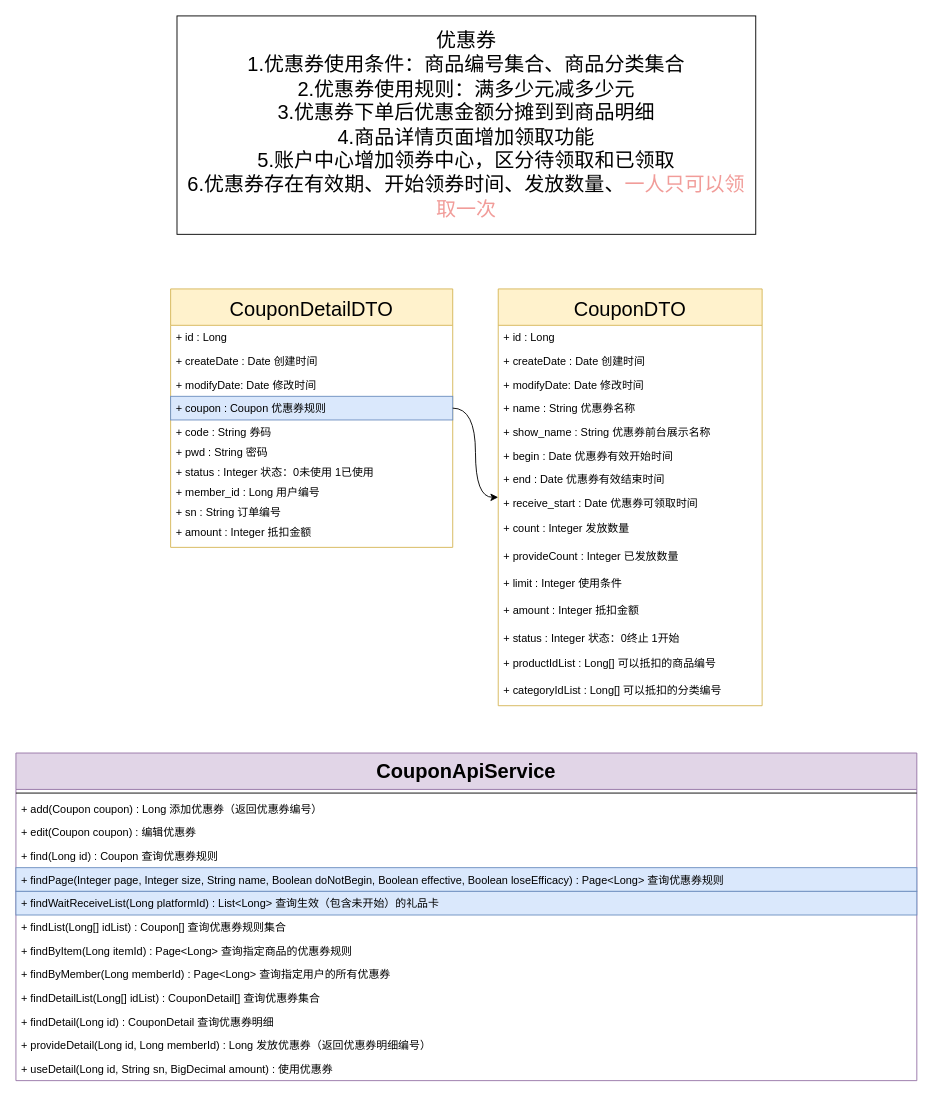
The draw.io diagram 优惠券.drawio in lycwukang/diagrams, before the edit. Source tidied: cells renumbered, new cells numbered last; positions are measured from the earlier drawing's top-left corner, leaving out a move shared by most shapes. Both pictures are drawn from the tidied source at 91%, with x=0, y=0 at pixel (15, 15).
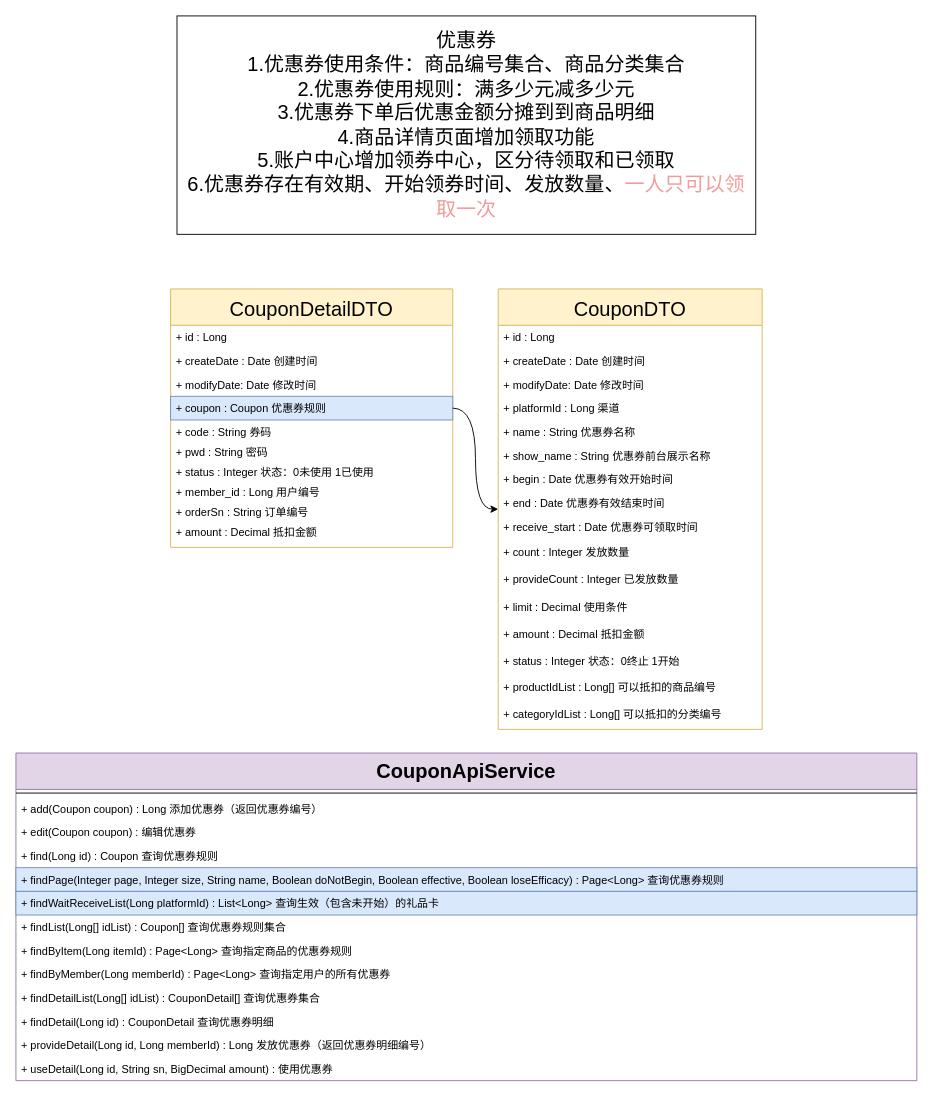
The same page after the edit.

Commit message:
更新优惠券.drawio

Unchanged cells that the change refers to:
```xml
<mxCell id="19" value="CouponDetailDTO" style="swimlane;fontStyle=0;horizontal=1;startSize=40;fillColor=#fff2cc;fontSize=22;strokeColor=#d6b656;" parent="1" vertex="1">
  <mxGeometry x="170" y="300" width="310" height="284" as="geometry" />
</mxCell>
```

What changed in the source:
```diff
@@
     <mxCell id="3" value="CouponDTO" style="swimlane;fontStyle=0;horizontal=1;startSize=40;fillColor=#fff2cc;fontSize=22;strokeColor=#d6b656;" parent="1" vertex="1">
-      <mxGeometry x="530" y="300" width="290" height="458" as="geometry" />
+      <mxGeometry x="530" y="300" width="290" height="484" as="geometry" />
     </mxCell>
@@
+    <mxCell id="45" value="+ platformId : Long 渠道" style="text;strokeColor=none;fillColor=none;align=left;verticalAlign=top;spacingLeft=4;spacingRight=4;overflow=hidden;" parent="3" vertex="1">
+      <mxGeometry y="118" width="290" height="26" as="geometry" />
+    </mxCell>
     <mxCell id="7" value="+ name : String 优惠券名称" style="text;strokeColor=none;fillColor=none;align=left;verticalAlign=top;spacingLeft=4;spacingRight=4;overflow=hidden;" parent="3" vertex="1">
-      <mxGeometry y="118" width="290" height="26" as="geometry" />
+      <mxGeometry y="144" width="290" height="26" as="geometry" />
     </mxCell>
     <mxCell id="8" value="+ show_name : String 优惠券前台展示名称" style="text;strokeColor=none;fillColor=none;align=left;verticalAlign=top;spacingLeft=4;spacingRight=4;overflow=hidden;" parent="3" vertex="1">
-      <mxGeometry y="144" width="290" height="26" as="geometry" />
+      <mxGeometry y="170" width="290" height="26" as="geometry" />
     </mxCell>
     <mxCell id="9" value="+ begin : Date 优惠券有效开始时间" style="text;strokeColor=none;fillColor=none;align=left;verticalAlign=top;spacingLeft=4;spacingRight=4;overflow=hidden;" parent="3" vertex="1">
-      <mxGeometry y="170" width="290" height="26" as="geometry" />
+      <mxGeometry y="196" width="290" height="26" as="geometry" />
     </mxCell>
     <mxCell id="10" value="+ end : Date 优惠券有效结束时间" style="text;strokeColor=none;fillColor=none;align=left;verticalAlign=top;spacingLeft=4;spacingRight=4;overflow=hidden;" parent="3" vertex="1">
-      <mxGeometry y="196" width="290" height="26" as="geometry" />
+      <mxGeometry y="222" width="290" height="26" as="geometry" />
     </mxCell>
     <mxCell id="11" value="+ receive_start : Date 优惠券可领取时间" style="text;strokeColor=none;fillColor=none;align=left;verticalAlign=top;spacingLeft=4;spacingRight=4;overflow=hidden;" parent="3" vertex="1">
-      <mxGeometry y="222" width="290" height="28" as="geometry" />
+      <mxGeometry y="248" width="290" height="28" as="geometry" />
     </mxCell>
     <mxCell id="12" value="+ count : Integer 发放数量" style="text;strokeColor=none;fillColor=none;align=left;verticalAlign=top;spacingLeft=4;spacingRight=4;overflow=hidden;" parent="3" vertex="1">
-      <mxGeometry y="250" width="290" height="30" as="geometry" />
+      <mxGeometry y="276" width="290" height="30" as="geometry" />
     </mxCell>
     <mxCell id="13" value="+ provideCount : Integer 已发放数量" style="text;strokeColor=none;fillColor=none;align=left;verticalAlign=top;spacingLeft=4;spacingRight=4;overflow=hidden;" parent="3" vertex="1">
-      <mxGeometry y="280" width="290" height="30" as="geometry" />
+      <mxGeometry y="306" width="290" height="30" as="geometry" />
     </mxCell>
-    <mxCell id="14" value="+ limit : Integer 使用条件" style="text;strokeColor=none;fillColor=none;align=left;verticalAlign=top;spacingLeft=4;spacingRight=4;overflow=hidden;" parent="3" vertex="1">
-      <mxGeometry y="310" width="290" height="30" as="geometry" />
+    <mxCell id="14" value="+ limit : Decimal 使用条件" style="text;strokeColor=none;fillColor=none;align=left;verticalAlign=top;spacingLeft=4;spacingRight=4;overflow=hidden;" parent="3" vertex="1">
+      <mxGeometry y="336" width="290" height="30" as="geometry" />
     </mxCell>
-    <mxCell id="15" value="+ amount : Integer 抵扣金额" style="text;strokeColor=none;fillColor=none;align=left;verticalAlign=top;spacingLeft=4;spacingRight=4;overflow=hidden;" parent="3" vertex="1">
-      <mxGeometry y="340" width="290" height="30" as="geometry" />
+    <mxCell id="15" value="+ amount : Decimal 抵扣金额" style="text;strokeColor=none;fillColor=none;align=left;verticalAlign=top;spacingLeft=4;spacingRight=4;overflow=hidden;" parent="3" vertex="1">
+      <mxGeometry y="366" width="290" height="30" as="geometry" />
     </mxCell>
     <mxCell id="16" value="+ status : Integer 状态：0终止 1开始" style="text;strokeColor=none;fillColor=none;align=left;verticalAlign=top;spacingLeft=4;spacingRight=4;overflow=hidden;" parent="3" vertex="1">
-      <mxGeometry y="370" width="290" height="28" as="geometry" />
+      <mxGeometry y="396" width="290" height="28" as="geometry" />
     </mxCell>
     <mxCell id="17" value="+ productIdList : Long[] 可以抵扣的商品编号" style="text;strokeColor=none;fillColor=none;align=left;verticalAlign=top;spacingLeft=4;spacingRight=4;overflow=hidden;" parent="3" vertex="1">
-      <mxGeometry y="398" width="290" height="30" as="geometry" />
+      <mxGeometry y="424" width="290" height="30" as="geometry" />
     </mxCell>
     <mxCell id="18" value="+ categoryIdList : Long[] 可以抵扣的分类编号" style="text;strokeColor=none;fillColor=none;align=left;verticalAlign=top;spacingLeft=4;spacingRight=4;overflow=hidden;" parent="3" vertex="1">
-      <mxGeometry y="428" width="290" height="30" as="geometry" />
+      <mxGeometry y="454" width="290" height="30" as="geometry" />
     </mxCell>
@@
-    <mxCell id="28" value="+ sn : String 订单编号" style="text;strokeColor=none;fillColor=none;align=left;verticalAlign=top;spacingLeft=4;spacingRight=4;overflow=hidden;" parent="19" vertex="1">
+    <mxCell id="28" value="+ orderSn : String 订单编号" style="text;strokeColor=none;fillColor=none;align=left;verticalAlign=top;spacingLeft=4;spacingRight=4;overflow=hidden;" parent="19" vertex="1">
       <mxGeometry y="232" width="310" height="22" as="geometry" />
     </mxCell>
-    <mxCell id="29" value="+ amount : Integer 抵扣金额" style="text;strokeColor=none;fillColor=none;align=left;verticalAlign=top;spacingLeft=4;spacingRight=4;overflow=hidden;" parent="19" vertex="1">
+    <mxCell id="29" value="+ amount : Decimal 抵扣金额" style="text;strokeColor=none;fillColor=none;align=left;verticalAlign=top;spacingLeft=4;spacingRight=4;overflow=hidden;" parent="19" vertex="1">
       <mxGeometry y="254" width="310" height="30" as="geometry" />
     </mxCell>
```
